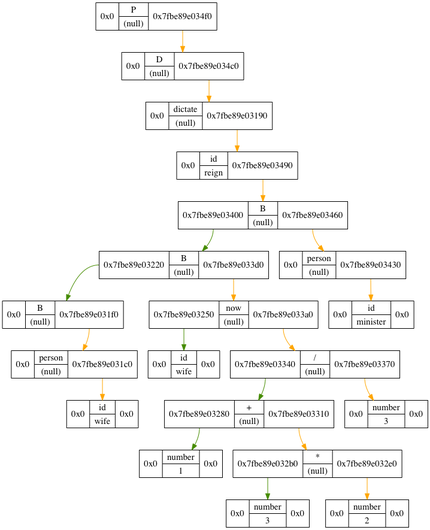
akudrinsky/dictator_language keeps this Graphviz diagram as cmake-build-debug/tree_graph.png. Above is the earlier version. Its source is kept beside it as cmake-build-debug/tree_graph.dot.
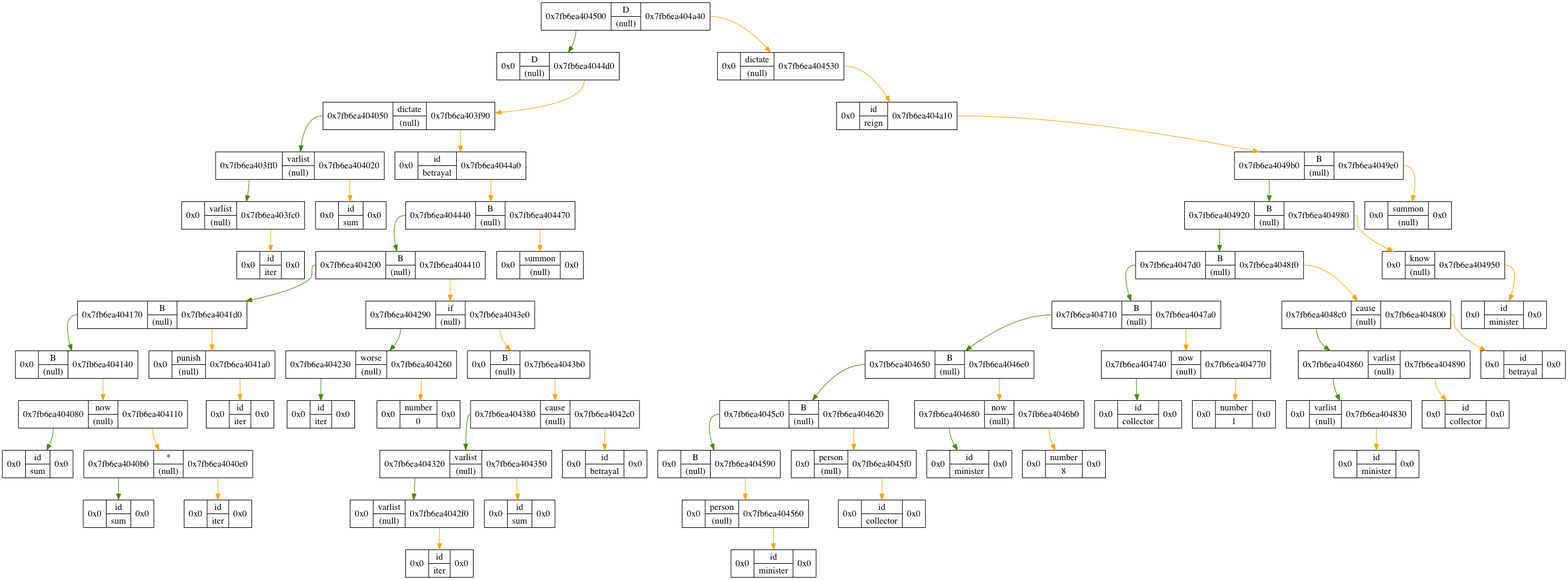
After the commit.

The edit, as a diff of the source:
```diff
@@ -1,41 +1,119 @@
 digraph G{
 	edge[color="chartreuse4",fontcolor="blue",fontsize=12];
 	node[shape="rectangle",fontsize=15];
-	1 [shape=record,label="  <f0> 0x0| {P | (null)} | <f1> 0x7fbe89e034f0" ];
-	3 [shape=record,label="  <f0> 0x0| {D | (null)} | <f1> 0x7fbe89e034c0" ];
-	7 [shape=record,label="  <f0> 0x0| {dictate | (null)} | <f1> 0x7fbe89e03190" ];
-	15 [shape=record,label="  <f0> 0x0| {id | reign} | <f1> 0x7fbe89e03490" ];
-	31 [shape=record,label="  <f0> 0x7fbe89e03400| {B | (null)} | <f1> 0x7fbe89e03460" ];
-	62 [shape=record,label="  <f0> 0x7fbe89e03220| {B | (null)} | <f1> 0x7fbe89e033d0" ];
-	124 [shape=record,label="  <f0> 0x0| {B | (null)} | <f1> 0x7fbe89e031f0" ];
-	249 [shape=record,label="  <f0> 0x0| {person | (null)} | <f1> 0x7fbe89e031c0" ];
-	499 [shape=record,label="  <f0> 0x0| {id | wife} | <f1> 0x0" ];
-		249:<f1> -> 499[color="orange"]
-		124:<f1> -> 249[color="orange"]
-		62:<f0> -> 124
-	125 [shape=record,label="  <f0> 0x7fbe89e03250| {now | (null)} | <f1> 0x7fbe89e033a0" ];
-	250 [shape=record,label="  <f0> 0x0| {id | wife} | <f1> 0x0" ];
-		125:<f0> -> 250
-	251 [shape=record,label="  <f0> 0x7fbe89e03340| {/ | (null)} | <f1> 0x7fbe89e03370" ];
-	502 [shape=record,label="  <f0> 0x7fbe89e03280| {+ | (null)} | <f1> 0x7fbe89e03310" ];
-	1004 [shape=record,label="  <f0> 0x0| {number | 1} | <f1> 0x0" ];
-		502:<f0> -> 1004
-	1005 [shape=record,label="  <f0> 0x7fbe89e032b0| {* | (null)} | <f1> 0x7fbe89e032e0" ];
-	2010 [shape=record,label="  <f0> 0x0| {number | 3} | <f1> 0x0" ];
-		1005:<f0> -> 2010
-	2011 [shape=record,label="  <f0> 0x0| {number | 2} | <f1> 0x0" ];
-		1005:<f1> -> 2011[color="orange"]
-		502:<f1> -> 1005[color="orange"]
-		251:<f0> -> 502
-	503 [shape=record,label="  <f0> 0x0| {number | 3} | <f1> 0x0" ];
-		251:<f1> -> 503[color="orange"]
-		125:<f1> -> 251[color="orange"]
-		62:<f1> -> 125[color="orange"]
-		31:<f0> -> 62
-	63 [shape=record,label="  <f0> 0x0| {person | (null)} | <f1> 0x7fbe89e03430" ];
-	127 [shape=record,label="  <f0> 0x0| {id | minister} | <f1> 0x0" ];
-		63:<f1> -> 127[color="orange"]
-		31:<f1> -> 63[color="orange"]
+	1 [shape=record,label="  <f0> 0x7fb6ea404500| {D | (null)} | <f1> 0x7fb6ea404a40" ];
+	2 [shape=record,label="  <f0> 0x0| {D | (null)} | <f1> 0x7fb6ea4044d0" ];
+	5 [shape=record,label="  <f0> 0x7fb6ea404050| {dictate | (null)} | <f1> 0x7fb6ea403f90" ];
+	10 [shape=record,label="  <f0> 0x7fb6ea403ff0| {varlist | (null)} | <f1> 0x7fb6ea404020" ];
+	20 [shape=record,label="  <f0> 0x0| {varlist | (null)} | <f1> 0x7fb6ea403fc0" ];
+	41 [shape=record,label="  <f0> 0x0| {id | iter} | <f1> 0x0" ];
+		20:<f1> -> 41[color="orange"]
+		10:<f0> -> 20
+	21 [shape=record,label="  <f0> 0x0| {id | sum} | <f1> 0x0" ];
+		10:<f1> -> 21[color="orange"]
+		5:<f0> -> 10
+	11 [shape=record,label="  <f0> 0x0| {id | betrayal} | <f1> 0x7fb6ea4044a0" ];
+	23 [shape=record,label="  <f0> 0x7fb6ea404440| {B | (null)} | <f1> 0x7fb6ea404470" ];
+	46 [shape=record,label="  <f0> 0x7fb6ea404200| {B | (null)} | <f1> 0x7fb6ea404410" ];
+	92 [shape=record,label="  <f0> 0x7fb6ea404170| {B | (null)} | <f1> 0x7fb6ea4041d0" ];
+	184 [shape=record,label="  <f0> 0x0| {B | (null)} | <f1> 0x7fb6ea404140" ];
+	369 [shape=record,label="  <f0> 0x7fb6ea404080| {now | (null)} | <f1> 0x7fb6ea404110" ];
+	738 [shape=record,label="  <f0> 0x0| {id | sum} | <f1> 0x0" ];
+		369:<f0> -> 738
+	739 [shape=record,label="  <f0> 0x7fb6ea4040b0| {* | (null)} | <f1> 0x7fb6ea4040e0" ];
+	1478 [shape=record,label="  <f0> 0x0| {id | sum} | <f1> 0x0" ];
+		739:<f0> -> 1478
+	1479 [shape=record,label="  <f0> 0x0| {id | iter} | <f1> 0x0" ];
+		739:<f1> -> 1479[color="orange"]
+		369:<f1> -> 739[color="orange"]
+		184:<f1> -> 369[color="orange"]
+		92:<f0> -> 184
+	185 [shape=record,label="  <f0> 0x0| {punish | (null)} | <f1> 0x7fb6ea4041a0" ];
+	371 [shape=record,label="  <f0> 0x0| {id | iter} | <f1> 0x0" ];
+		185:<f1> -> 371[color="orange"]
+		92:<f1> -> 185[color="orange"]
+		46:<f0> -> 92
+	93 [shape=record,label="  <f0> 0x7fb6ea404290| {if | (null)} | <f1> 0x7fb6ea4043e0" ];
+	186 [shape=record,label="  <f0> 0x7fb6ea404230| {worse | (null)} | <f1> 0x7fb6ea404260" ];
+	372 [shape=record,label="  <f0> 0x0| {id | iter} | <f1> 0x0" ];
+		186:<f0> -> 372
+	373 [shape=record,label="  <f0> 0x0| {number | 0} | <f1> 0x0" ];
+		186:<f1> -> 373[color="orange"]
+		93:<f0> -> 186
+	187 [shape=record,label="  <f0> 0x0| {B | (null)} | <f1> 0x7fb6ea4043b0" ];
+	375 [shape=record,label="  <f0> 0x7fb6ea404380| {cause | (null)} | <f1> 0x7fb6ea4042c0" ];
+	750 [shape=record,label="  <f0> 0x7fb6ea404320| {varlist | (null)} | <f1> 0x7fb6ea404350" ];
+	1500 [shape=record,label="  <f0> 0x0| {varlist | (null)} | <f1> 0x7fb6ea4042f0" ];
+	3001 [shape=record,label="  <f0> 0x0| {id | iter} | <f1> 0x0" ];
+		1500:<f1> -> 3001[color="orange"]
+		750:<f0> -> 1500
+	1501 [shape=record,label="  <f0> 0x0| {id | sum} | <f1> 0x0" ];
+		750:<f1> -> 1501[color="orange"]
+		375:<f0> -> 750
+	751 [shape=record,label="  <f0> 0x0| {id | betrayal} | <f1> 0x0" ];
+		375:<f1> -> 751[color="orange"]
+		187:<f1> -> 375[color="orange"]
+		93:<f1> -> 187[color="orange"]
+		46:<f1> -> 93[color="orange"]
+		23:<f0> -> 46
+	47 [shape=record,label="  <f0> 0x0| {summon | (null)} | <f1> 0x0" ];
+		23:<f1> -> 47[color="orange"]
+		11:<f1> -> 23[color="orange"]
+		5:<f1> -> 11[color="orange"]
+		2:<f1> -> 5[color="orange"]
+		1:<f0> -> 2
+	3 [shape=record,label="  <f0> 0x0| {dictate | (null)} | <f1> 0x7fb6ea404530" ];
+	7 [shape=record,label="  <f0> 0x0| {id | reign} | <f1> 0x7fb6ea404a10" ];
+	15 [shape=record,label="  <f0> 0x7fb6ea4049b0| {B | (null)} | <f1> 0x7fb6ea4049e0" ];
+	30 [shape=record,label="  <f0> 0x7fb6ea404920| {B | (null)} | <f1> 0x7fb6ea404980" ];
+	60 [shape=record,label="  <f0> 0x7fb6ea4047d0| {B | (null)} | <f1> 0x7fb6ea4048f0" ];
+	120 [shape=record,label="  <f0> 0x7fb6ea404710| {B | (null)} | <f1> 0x7fb6ea4047a0" ];
+	240 [shape=record,label="  <f0> 0x7fb6ea404650| {B | (null)} | <f1> 0x7fb6ea4046e0" ];
+	480 [shape=record,label="  <f0> 0x7fb6ea4045c0| {B | (null)} | <f1> 0x7fb6ea404620" ];
+	960 [shape=record,label="  <f0> 0x0| {B | (null)} | <f1> 0x7fb6ea404590" ];
+	1921 [shape=record,label="  <f0> 0x0| {person | (null)} | <f1> 0x7fb6ea404560" ];
+	3843 [shape=record,label="  <f0> 0x0| {id | minister} | <f1> 0x0" ];
+		1921:<f1> -> 3843[color="orange"]
+		960:<f1> -> 1921[color="orange"]
+		480:<f0> -> 960
+	961 [shape=record,label="  <f0> 0x0| {person | (null)} | <f1> 0x7fb6ea4045f0" ];
+	1923 [shape=record,label="  <f0> 0x0| {id | collector} | <f1> 0x0" ];
+		961:<f1> -> 1923[color="orange"]
+		480:<f1> -> 961[color="orange"]
+		240:<f0> -> 480
+	481 [shape=record,label="  <f0> 0x7fb6ea404680| {now | (null)} | <f1> 0x7fb6ea4046b0" ];
+	962 [shape=record,label="  <f0> 0x0| {id | minister} | <f1> 0x0" ];
+		481:<f0> -> 962
+	963 [shape=record,label="  <f0> 0x0| {number | 8} | <f1> 0x0" ];
+		481:<f1> -> 963[color="orange"]
+		240:<f1> -> 481[color="orange"]
+		120:<f0> -> 240
+	241 [shape=record,label="  <f0> 0x7fb6ea404740| {now | (null)} | <f1> 0x7fb6ea404770" ];
+	482 [shape=record,label="  <f0> 0x0| {id | collector} | <f1> 0x0" ];
+		241:<f0> -> 482
+	483 [shape=record,label="  <f0> 0x0| {number | 1} | <f1> 0x0" ];
+		241:<f1> -> 483[color="orange"]
+		120:<f1> -> 241[color="orange"]
+		60:<f0> -> 120
+	121 [shape=record,label="  <f0> 0x7fb6ea4048c0| {cause | (null)} | <f1> 0x7fb6ea404800" ];
+	242 [shape=record,label="  <f0> 0x7fb6ea404860| {varlist | (null)} | <f1> 0x7fb6ea404890" ];
+	484 [shape=record,label="  <f0> 0x0| {varlist | (null)} | <f1> 0x7fb6ea404830" ];
+	969 [shape=record,label="  <f0> 0x0| {id | minister} | <f1> 0x0" ];
+		484:<f1> -> 969[color="orange"]
+		242:<f0> -> 484
+	485 [shape=record,label="  <f0> 0x0| {id | collector} | <f1> 0x0" ];
+		242:<f1> -> 485[color="orange"]
+		121:<f0> -> 242
+	243 [shape=record,label="  <f0> 0x0| {id | betrayal} | <f1> 0x0" ];
+		121:<f1> -> 243[color="orange"]
+		60:<f1> -> 121[color="orange"]
+		30:<f0> -> 60
+	61 [shape=record,label="  <f0> 0x0| {know | (null)} | <f1> 0x7fb6ea404950" ];
+	123 [shape=record,label="  <f0> 0x0| {id | minister} | <f1> 0x0" ];
+		61:<f1> -> 123[color="orange"]
+		30:<f1> -> 61[color="orange"]
+		15:<f0> -> 30
+	31 [shape=record,label="  <f0> 0x0| {summon | (null)} | <f1> 0x0" ];
 		15:<f1> -> 31[color="orange"]
 		7:<f1> -> 15[color="orange"]
 		3:<f1> -> 7[color="orange"]
```
